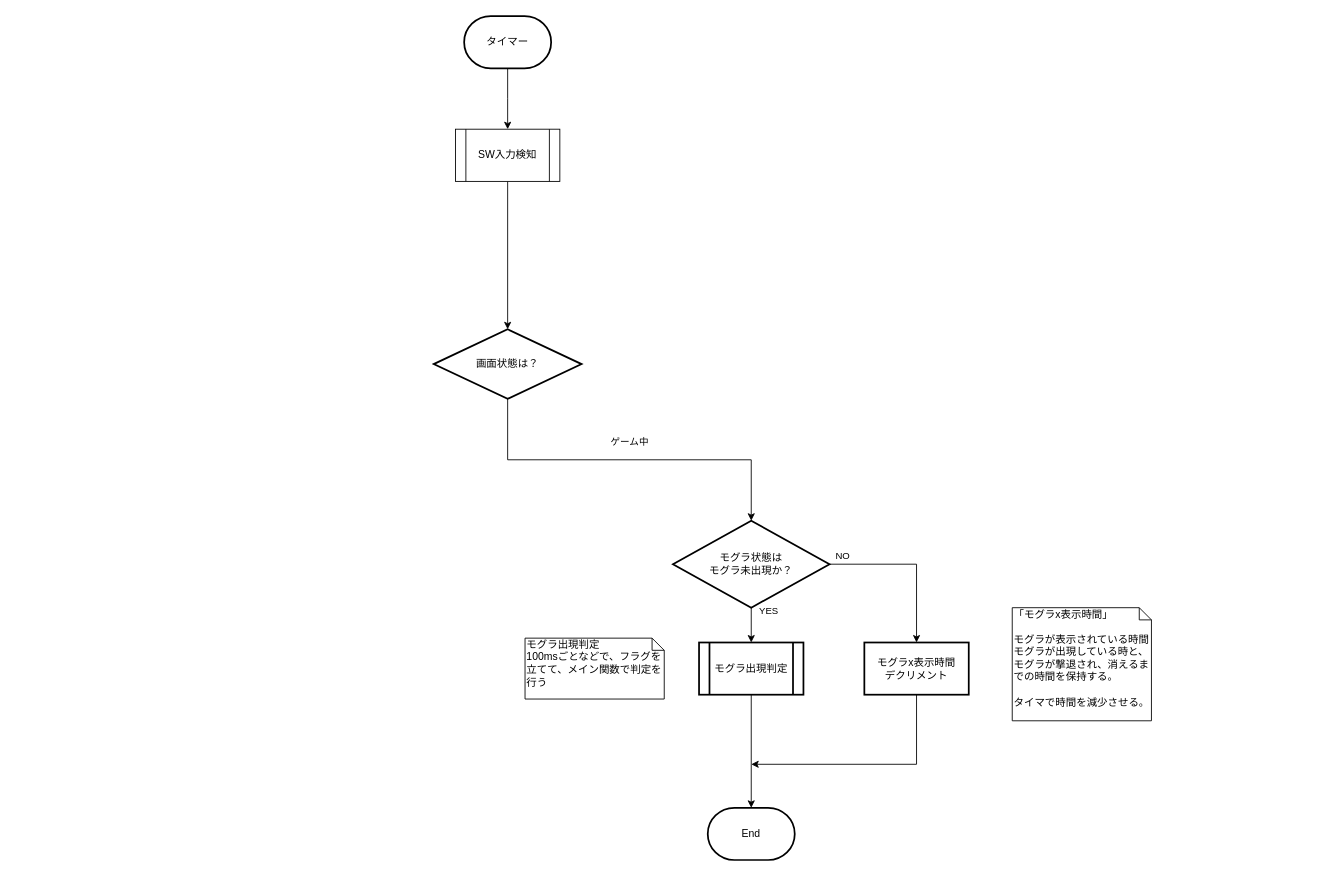
Earlier version of the draw.io diagram page "割込み" (3 of 4) of 資料/設計書/フローチャート/モグラ叩き_フローチャート_ゲーム中.drawio (hakohumi/comp.train.whack-a-mole). Source tidied: cells renumbered, new cells numbered last; positions are measured from the earlier drawing's top-left corner, leaving out a move shared by most shapes. Both pictures are drawn from the tidied source at 87%, with x=0, y=0 at pixel (433, 16).
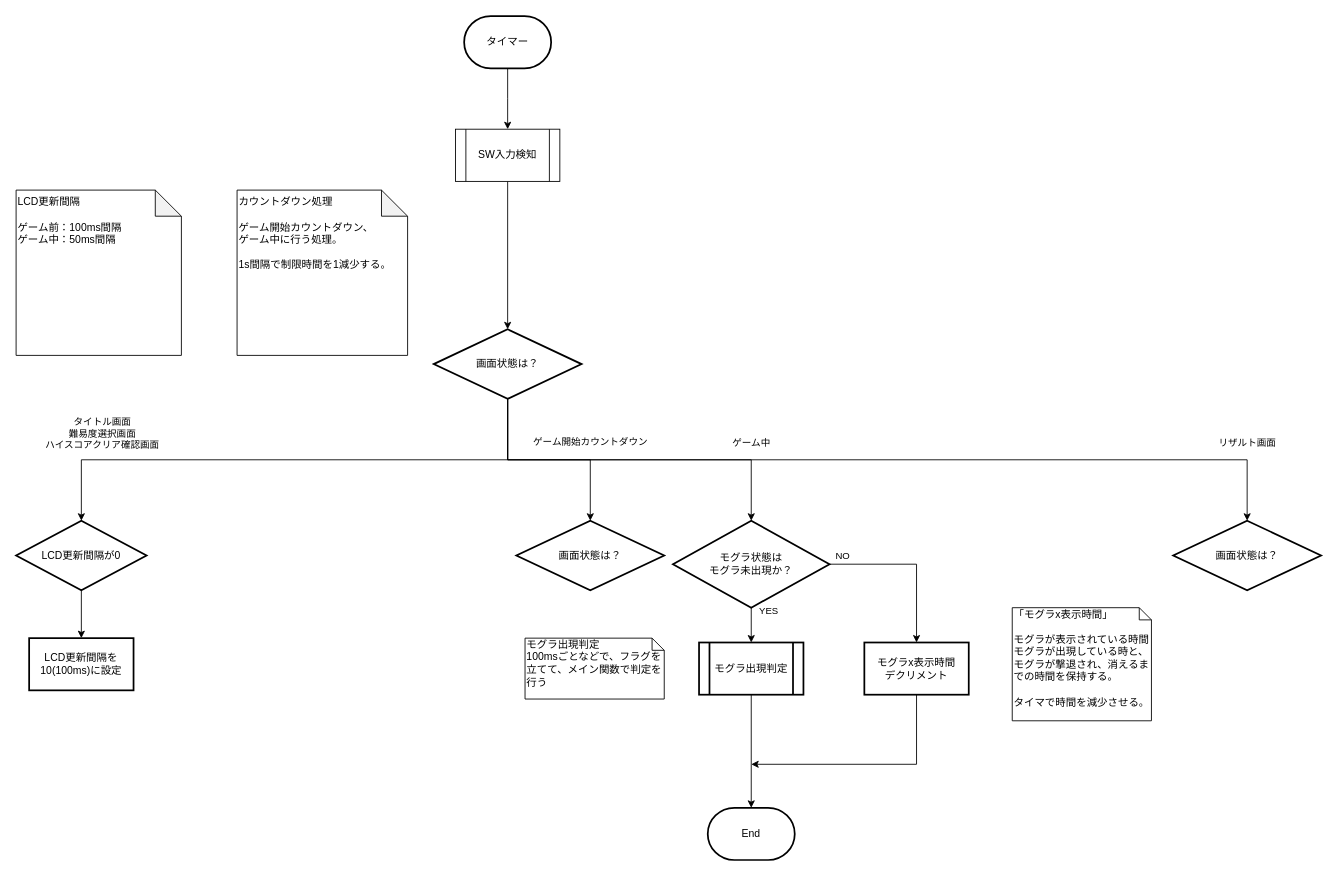
The same diagram, later.

Commit message (it also covers changes not shown here):
設計/フローチャート/ゲーム中 #38

Unchanged cells that the change refers to:
```xml
<mxCell id="4" value="モグラ状態は&lt;br&gt;モグラ未出現か？" style="strokeWidth=2;html=1;shape=mxgraph.flowchart.decision;whiteSpace=wrap;" parent="1" vertex="1">
  <mxGeometry x="275" y="580" width="180" height="100" as="geometry" />
</mxCell>
<mxCell id="13" value="画面状態は？" style="rhombus;whiteSpace=wrap;html=1;strokeWidth=2;" parent="1" vertex="1">
  <mxGeometry y="360" width="170" height="80" as="geometry" />
</mxCell>
```

Change to the diagram source:
```diff
@@
     <mxCell id="12" value="ゲーム中" style="edgeStyle=orthogonalEdgeStyle;rounded=0;jettySize=auto;html=1;exitX=0.5;exitY=1;exitDx=0;exitDy=0;" parent="1" edge="1" source="13" target="4">
-      <mxGeometry y="20" relative="1" as="geometry" />
+      <mxGeometry x="0.67" y="20" relative="1" as="geometry">
+        <mxPoint x="-20" y="-20" as="offset" />
+      </mxGeometry>
     </mxCell>
+    <mxCell id="18" value="タイトル画面&lt;br&gt;難易度選択画面&lt;br&gt;ハイスコアクリア確認画面" style="edgeStyle=orthogonalEdgeStyle;rounded=0;jettySize=auto;html=1;exitX=0.5;exitY=1;exitDx=0;exitDy=0;entryX=0.5;entryY=0;entryDx=0;entryDy=0;" parent="1" edge="1" source="13" target="22">
+      <mxGeometry x="0.7" y="-30" relative="1" as="geometry">
+        <Array as="points">
+          <mxPoint x="85" y="510" />
+          <mxPoint x="-405" y="510" />
+        </Array>
+      </mxGeometry>
+    </mxCell>
+    <mxCell id="19" value="ゲーム開始カウントダウン" style="edgeStyle=orthogonalEdgeStyle;rounded=0;jettySize=auto;html=1;" parent="1" edge="1" source="13" target="23">
+      <mxGeometry x="0.4" y="20" relative="1" as="geometry">
+        <mxPoint x="-20" y="-20" as="offset" />
+      </mxGeometry>
+    </mxCell>
+    <mxCell id="20" value="リザルト画面" style="edgeStyle=orthogonalEdgeStyle;rounded=0;jettySize=auto;html=1;exitX=0.5;exitY=1;exitDx=0;exitDy=0;" parent="1" edge="1" source="13" target="24">
+      <mxGeometry x="0.86" y="20" relative="1" as="geometry">
+        <mxPoint x="-20" y="-20" as="offset" />
+      </mxGeometry>
+    </mxCell>
@@
+    <mxCell id="21" style="edgeStyle=orthogonalEdgeStyle;rounded=0;jettySize=auto;html=1;" parent="1" edge="1" source="22" target="27">
+      <mxGeometry relative="1" as="geometry" />
+    </mxCell>
+    <mxCell id="22" value="LCD更新間隔が0" style="rhombus;whiteSpace=wrap;html=1;strokeWidth=2;" parent="1" vertex="1">
+      <mxGeometry x="-480" y="580" width="150" height="80" as="geometry" />
+    </mxCell>
+    <mxCell id="23" value="画面状態は？" style="rhombus;whiteSpace=wrap;html=1;strokeWidth=2;" parent="1" vertex="1">
+      <mxGeometry x="95" y="580" width="170" height="80" as="geometry" />
+    </mxCell>
+    <mxCell id="24" value="画面状態は？" style="rhombus;whiteSpace=wrap;html=1;strokeWidth=2;" parent="1" vertex="1">
+      <mxGeometry x="850" y="580" width="170" height="80" as="geometry" />
+    </mxCell>
+    <mxCell id="25" value="LCD更新間隔&lt;br&gt;&lt;br&gt;ゲーム前：100ms間隔&lt;br&gt;ゲーム中：50ms間隔" style="shape=note;whiteSpace=wrap;html=1;backgroundOutline=1;darkOpacity=0.05;align=left;verticalAlign=top;" parent="1" vertex="1">
+      <mxGeometry x="-480" y="200" width="190" height="190" as="geometry" />
+    </mxCell>
+    <mxCell id="26" value="カウントダウン処理&lt;br&gt;&lt;br&gt;ゲーム開始カウントダウン、&lt;br&gt;ゲーム中に行う処理。&lt;br&gt;&lt;br&gt;1s間隔で制限時間を1減少する。" style="shape=note;whiteSpace=wrap;html=1;backgroundOutline=1;darkOpacity=0.05;align=left;verticalAlign=top;" parent="1" vertex="1">
+      <mxGeometry x="-226" y="200" width="196" height="190" as="geometry" />
+    </mxCell>
+    <mxCell id="27" value="LCD更新間隔を10(100ms)に設定" style="whiteSpace=wrap;html=1;strokeWidth=2;" parent="1" vertex="1">
+      <mxGeometry x="-465" y="715" width="120" height="60" as="geometry" />
+    </mxCell>
```
